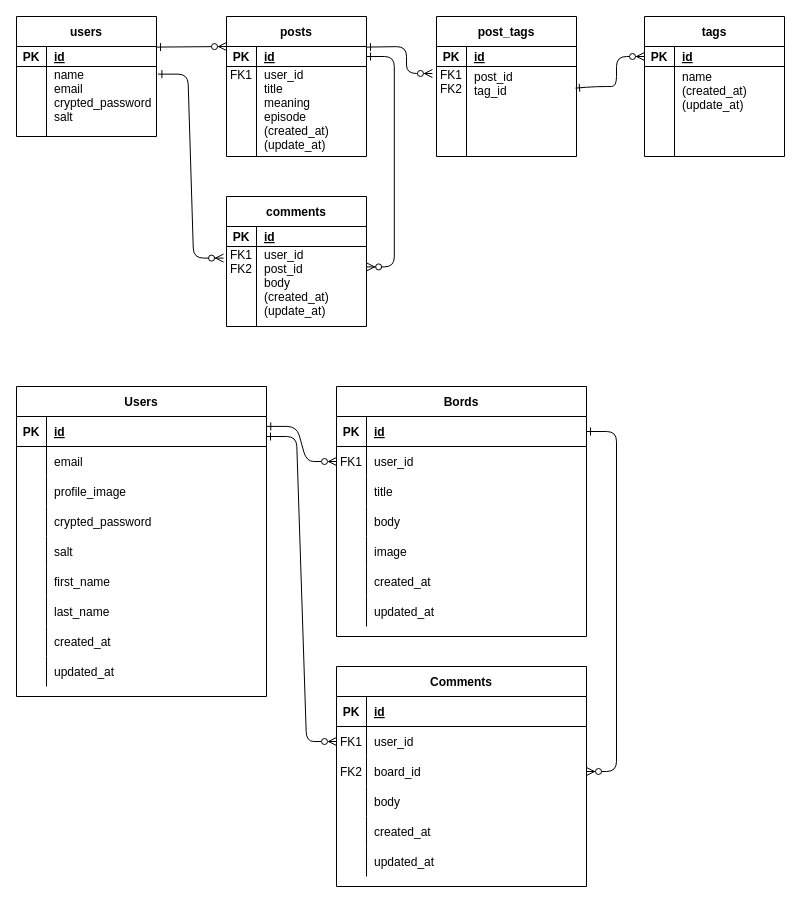
This is Group1_ER図.drawio from RUNTEQ-62-GROUP-DEVELOPMENT/Group1, a draw.io file, before an edit. Source tidied: cells renumbered, new cells numbered last; positions are measured from the earlier drawing's top-left corner, leaving out a move shared by most shapes. Both pictures are drawn from the tidied source at 100%, with x=0, y=0 at pixel (16, 16).
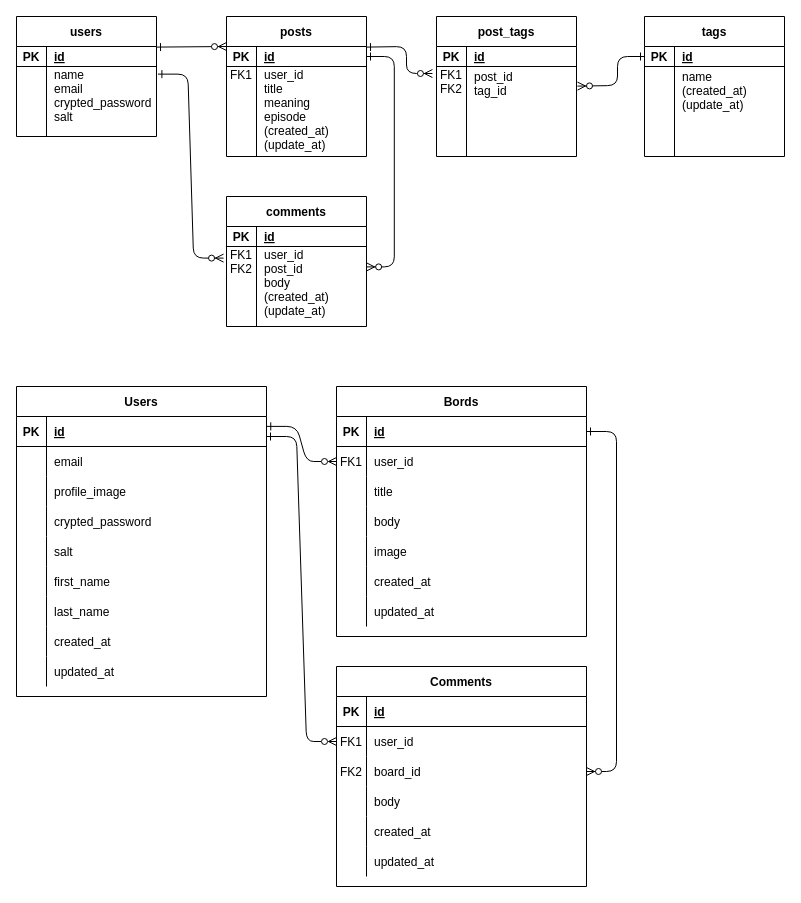
After the change.

Commit message:
Group1_ER図.drawio_中間テーブルの修正

The change refers to these unchanged cells:
```xml
<mxCell id="34" style="shape=partialRectangle;fillColor=none;points=[[0,0.5],[1,0.5]];portConstraint=eastwest;top=0;left=0;right=0;bottom=1;" parent="33" vertex="1">
  <mxGeometry y="30" width="140" height="20" as="geometry" />
</mxCell>
```

What changed in the source:
```diff
@@
-    <mxCell id="41" style="endArrow=ERzeroToMany;startArrow=ERone;endFill=1;startFill=0;entryX=0;entryY=0.5;entryDx=0;entryDy=0;" parent="1" edge="1" target="34">
-      <mxGeometry relative="1" as="geometry">
-        <mxPoint x="559" y="71.6" as="sourcePoint" />
-        <Array as="points">
-          <mxPoint x="580" y="70" />
-          <mxPoint x="600" y="70" />
-          <mxPoint x="600" y="40" />
-        </Array>
-      </mxGeometry>
-    </mxCell>
@@
+    <mxCell id="114" style="endArrow=ERzeroToMany;startArrow=ERone;endFill=1;startFill=0;entryX=-0.029;entryY=0.078;entryDx=0;entryDy=0;entryPerimeter=0;exitX=0;exitY=0.5;exitDx=0;exitDy=0;" parent="1" edge="1" source="34">
+      <mxGeometry relative="1" as="geometry">
+        <mxPoint x="561" y="69.6" as="targetPoint" />
+        <Array as="points">
+          <mxPoint x="601" y="40" />
+          <mxPoint x="601" y="69" />
+        </Array>
+      </mxGeometry>
+    </mxCell>
```
